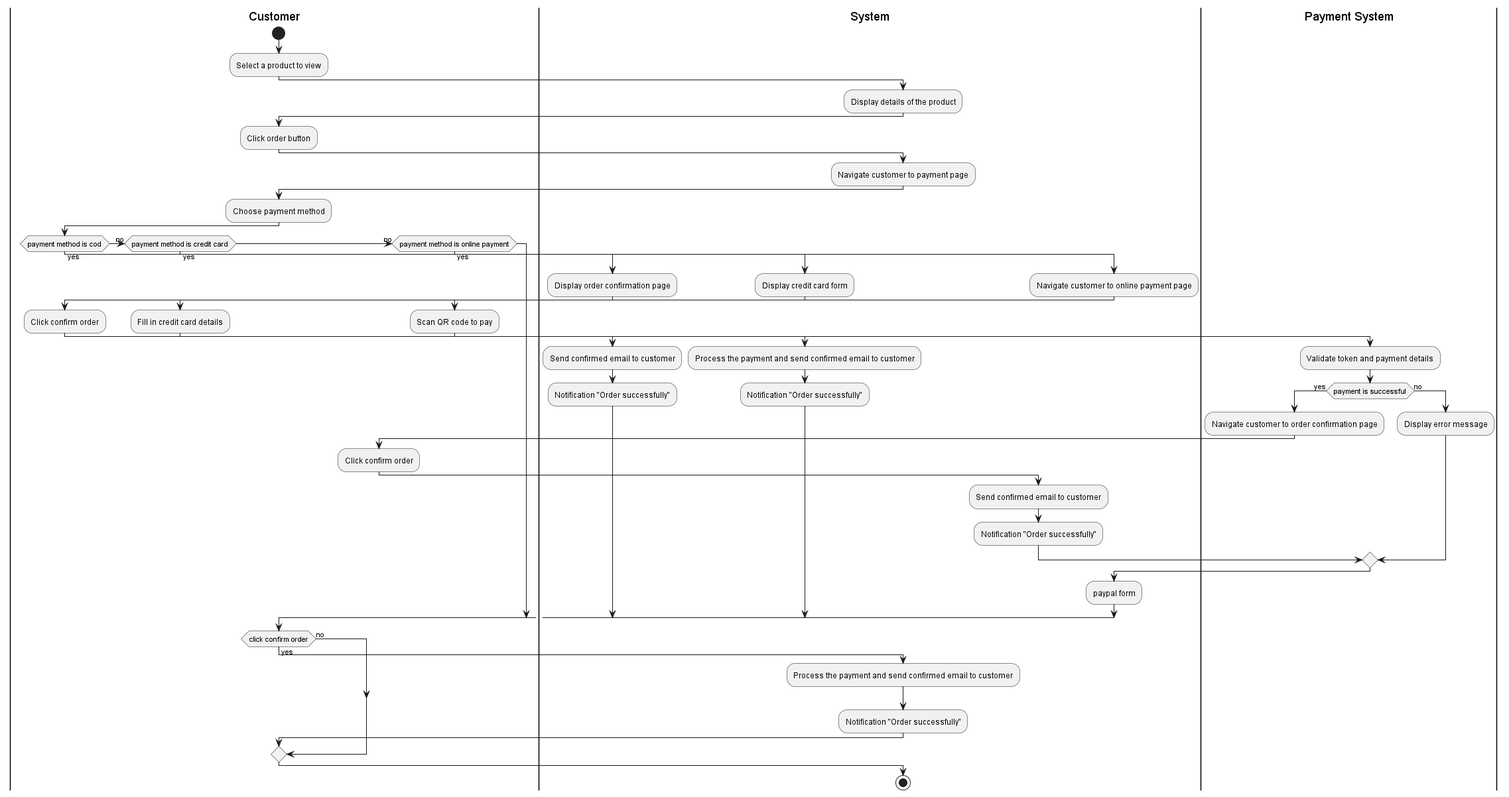
The PlantUML diagram Lab1/Lab1.2/Activity/img/Create order.png in tuankietcoderr/SE357-Practice-class, before a commit. Source of this version:
```plantuml
@startuml Create order
|Customer|
start
:Select a product to view;
|System|
:Display details of the product;
|Customer|
:Click order button;
|System|
:Navigate customer to payment page;
|Customer|
:Choose payment method;
if (payment method is cod) then (yes)
|System|
:Display order confirmation page;
|Customer|
:Click confirm order;
|System|
:Send confirmed email to customer;
:Notification "Order successfully";
(no) elseif (payment method is credit card) then (yes)
|System|
:Display credit card form;
|Customer|
:Fill in credit card details;
|System|
:Process the payment and send confirmed email to customer;
:Notification "Order successfully";
(no) elseif (payment method is online payment) then (yes)
:Navigate customer to online payment page;
|Customer|
:Scan QR code to pay;
|Payment System|
:Validate token and payment details;
if (payment is successful) then (yes)
|Payment System|
:Navigate customer to order confirmation page;
|Customer|
:Click confirm order;
|System|
:Send confirmed email to customer;
:Notification "Order successfully";
else (no)
|Payment System|
:Display error message;
endif
|System|
:paypal form;
endif
|Customer|
if (click confirm order) then (yes)
|System|
:Process the payment and send confirmed email to customer;
:Notification "Order successfully";
else (no)
endif
stop
@enduml
```
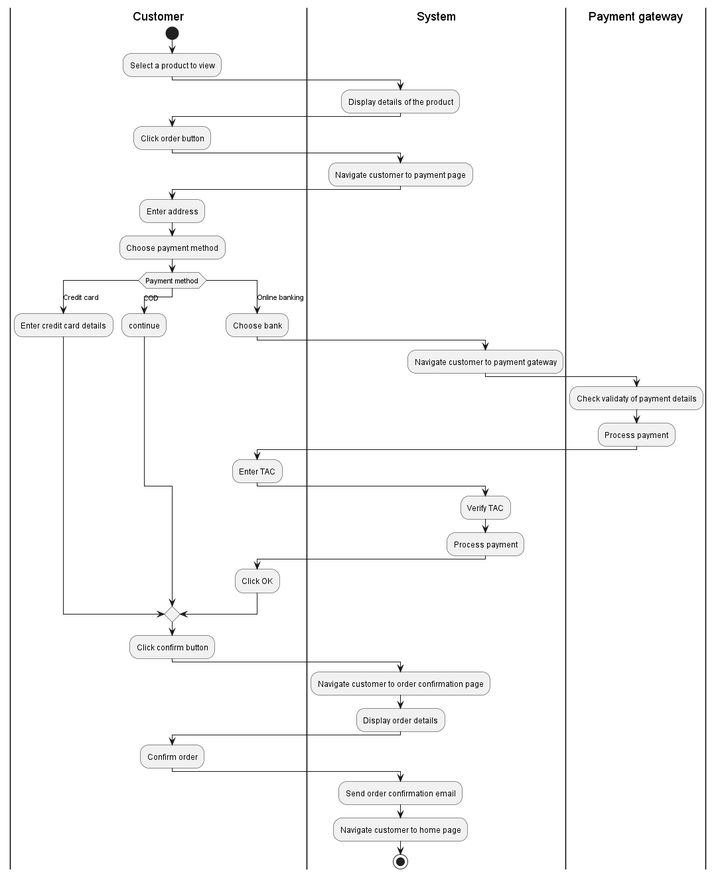
The same diagram one commit later.

Commit message:
Sửa activity

Change to the diagram source:
```diff
@@ -9,50 +9,40 @@
 |System|
 :Navigate customer to payment page;
 |Customer|
+:Enter address;
 :Choose payment method;
-if (payment method is cod) then (yes)
+switch (Payment method)
+case (Credit card)
+    |Customer|
+    :Enter credit card details;
+case (COD)
+    |Customer|
+    :continue;
+case (Online banking)
+    |Customer|
+    :Choose bank;
+    |System|
+    :Navigate customer to payment gateway;
+    |Payment gateway|
+    :Check validaty of payment details;
+    :Process payment;
+    |Customer|
+    :Enter TAC;
+    |System|
+    :Verify TAC;
+    :Process payment;
+    |Customer|
+    :Click OK;
+endswitch
+|Customer|
+:Click confirm button;
 |System|
-:Display order confirmation page;
+:Navigate customer to order confirmation page;
+:Display order details;
 |Customer|
-:Click confirm order;
+:Confirm order;
 |System|
-:Send confirmed email to customer;
-:Notification "Order successfully";
-(no) elseif (payment method is credit card) then (yes)
-|System|
-:Display credit card form;
-|Customer|
-:Fill in credit card details;
-|System|
-:Process the payment and send confirmed email to customer;
-:Notification "Order successfully";
-(no) elseif (payment method is online payment) then (yes)
-:Navigate customer to online payment page;
-|Customer|
-:Scan QR code to pay;
-|Payment System|
-:Validate token and payment details;
-if (payment is successful) then (yes)
-|Payment System|
-:Navigate customer to order confirmation page;
-|Customer|
-:Click confirm order;
-|System|
-:Send confirmed email to customer;
-:Notification "Order successfully";
-else (no)
-|Payment System|
-:Display error message;
-endif
-|System|
-:paypal form;
-endif
-|Customer|
-if (click confirm order) then (yes)
-|System|
-:Process the payment and send confirmed email to customer;
-:Notification "Order successfully";
-else (no)
-endif
+:Send order confirmation email;
+:Navigate customer to home page;
 stop
 @enduml
```
